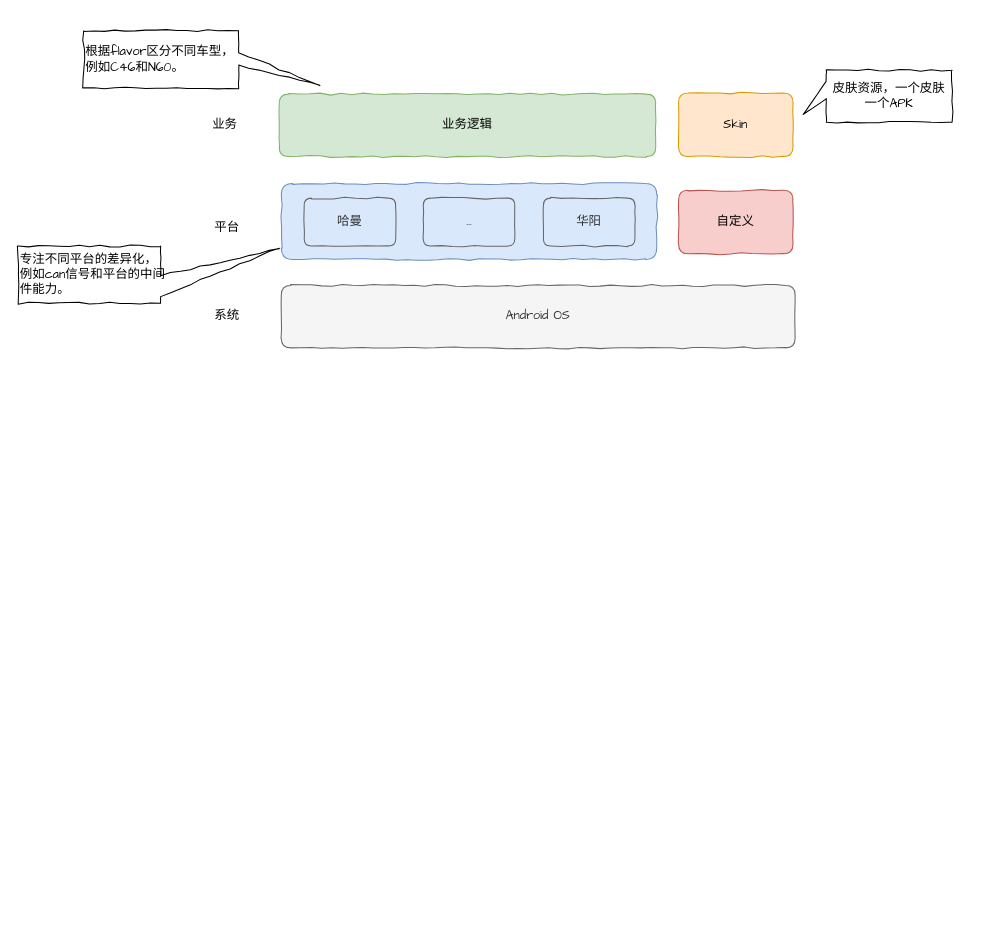
Earlier version of the draw.io diagram 车机架构基础.drawio (TryLoveCatch/charts). Source tidied: cells renumbered, new cells numbered last; positions are measured from the earlier drawing's top-left corner, leaving out a move shared by most shapes. Both pictures are drawn from the tidied source at 104%, with x=0, y=0 at pixel (18, 30).
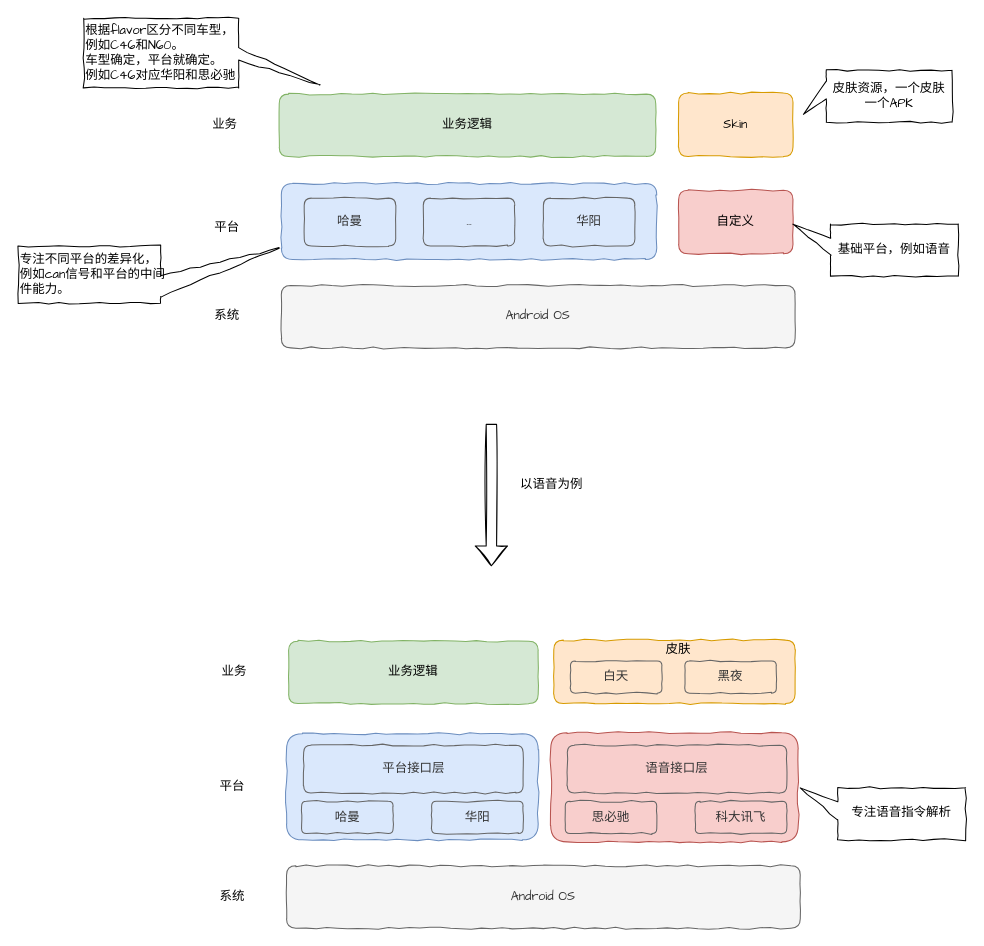
The same page after the edit.

Commit message (it also covers changes not shown here):
更新车机架构基础.drawio

What changed in the source:
```diff
@@
-    <mxCell id="15" value="根据flavor区分不同车型，&lt;br&gt;例如C46和N60。" style="shape=callout;whiteSpace=wrap;html=1;perimeter=calloutPerimeter;comic=1;sketch=0;fontFamily=Comic Sans MS;fillColor=none;flipV=0;flipH=0;direction=north;size=78;position=0.4;position2=0.04;align=left;base=12;" parent="1" vertex="1">
-      <mxGeometry x="63" width="227" height="55" as="geometry" />
+    <mxCell id="15" value="根据flavor区分不同车型，&lt;br&gt;例如C46和N60。&lt;br&gt;车型确定，平台就确定。&lt;br&gt;例如C46对应华阳和思必驰" style="shape=callout;whiteSpace=wrap;html=1;perimeter=calloutPerimeter;comic=1;sketch=0;fontFamily=Comic Sans MS;fillColor=none;flipV=0;flipH=0;direction=north;size=78;position=0.4;position2=0.04;align=left;base=12;" parent="1" vertex="1">
+      <mxGeometry x="63" y="-12" width="227" height="67" as="geometry" />
     </mxCell>
+    <mxCell id="16" value="基础平台，例如语音" style="shape=callout;whiteSpace=wrap;html=1;perimeter=calloutPerimeter;comic=1;sketch=0;fontFamily=Comic Sans MS;fillColor=none;flipH=0;flipV=0;direction=south;size=36;position=0.27;base=17;position2=0;" parent="1" vertex="1">
+      <mxGeometry x="745" y="186" width="159" height="50" as="geometry" />
+    </mxCell>
+    <mxCell id="17" value="Android OS" style="rounded=1;whiteSpace=wrap;html=1;sketch=0;comic=1;fillColor=#f5f5f5;fontColor=#333333;strokeColor=#666666;fontFamily=Comic Sans MS;" parent="1" vertex="1">
+      <mxGeometry x="258" y="803" width="494" height="60" as="geometry" />
+    </mxCell>
+    <mxCell id="18" value="系统" style="text;html=1;strokeColor=none;fillColor=none;align=center;verticalAlign=middle;whiteSpace=wrap;rounded=0;comic=1;sketch=0;fontFamily=Comic Sans MS;" parent="1" vertex="1">
+      <mxGeometry x="176" y="818" width="60" height="30" as="geometry" />
+    </mxCell>
+    <mxCell id="19" style="rounded=1;whiteSpace=wrap;html=1;sketch=0;comic=1;fillColor=#dae8fc;strokeColor=#6c8ebf;fontFamily=Comic Sans MS;" parent="1" vertex="1">
+      <mxGeometry x="258" y="676" width="242" height="102" as="geometry" />
+    </mxCell>
+    <mxCell id="20" value="平台" style="text;html=1;strokeColor=none;fillColor=none;align=center;verticalAlign=middle;whiteSpace=wrap;rounded=0;comic=1;sketch=0;fontFamily=Comic Sans MS;" parent="1" vertex="1">
+      <mxGeometry x="176" y="712.5" width="60" height="30" as="geometry" />
+    </mxCell>
+    <mxCell id="21" style="rounded=1;whiteSpace=wrap;html=1;comic=1;sketch=0;fontFamily=Comic Sans MS;fillColor=#f8cecc;strokeColor=#b85450;" parent="1" vertex="1">
+      <mxGeometry x="512" y="675" width="238" height="105" as="geometry" />
+    </mxCell>
+    <mxCell id="22" value="业务逻辑" style="rounded=1;whiteSpace=wrap;html=1;sketch=0;comic=1;fillColor=#d5e8d4;strokeColor=#82b366;fontFamily=Comic Sans MS;" parent="1" vertex="1">
+      <mxGeometry x="260" y="587" width="240" height="60" as="geometry" />
+    </mxCell>
+    <mxCell id="23" value="业务" style="text;html=1;strokeColor=none;fillColor=none;align=center;verticalAlign=middle;whiteSpace=wrap;rounded=0;comic=1;sketch=0;fontFamily=Comic Sans MS;" parent="1" vertex="1">
+      <mxGeometry x="178" y="602" width="60" height="30" as="geometry" />
+    </mxCell>
+    <mxCell id="24" style="rounded=1;whiteSpace=wrap;html=1;comic=1;sketch=0;fontFamily=Comic Sans MS;fillColor=#ffe6cc;strokeColor=#d79b00;" parent="1" vertex="1">
+      <mxGeometry x="515" y="586" width="232" height="61" as="geometry" />
+    </mxCell>
+    <mxCell id="25" value="语音接口层" style="rounded=1;whiteSpace=wrap;html=1;comic=1;sketch=0;fillColor=none;fontColor=#333333;strokeColor=#666666;fontFamily=Comic Sans MS;" parent="1" vertex="1">
+      <mxGeometry x="528" y="687" width="211" height="46" as="geometry" />
+    </mxCell>
+    <mxCell id="26" value="思必驰" style="rounded=1;whiteSpace=wrap;html=1;comic=1;sketch=0;fillColor=none;fontColor=#333333;strokeColor=#666666;fontFamily=Comic Sans MS;" parent="1" vertex="1">
+      <mxGeometry x="526" y="741" width="88" height="31" as="geometry" />
+    </mxCell>
+    <mxCell id="27" value="科大讯飞" style="rounded=1;whiteSpace=wrap;html=1;comic=1;sketch=0;fillColor=none;fontColor=#333333;strokeColor=#666666;fontFamily=Comic Sans MS;" parent="1" vertex="1">
+      <mxGeometry x="651" y="741" width="88" height="31" as="geometry" />
+    </mxCell>
+    <mxCell id="28" value="专注语音指令解析" style="shape=callout;whiteSpace=wrap;html=1;perimeter=calloutPerimeter;comic=1;sketch=0;fontFamily=Comic Sans MS;fillColor=none;flipH=0;flipV=0;direction=south;size=36;position=0.27;base=17;position2=0;" parent="1" vertex="1">
+      <mxGeometry x="752" y="728" width="159" height="50" as="geometry" />
+    </mxCell>
+    <mxCell id="29" value="平台接口层" style="rounded=1;whiteSpace=wrap;html=1;comic=1;sketch=0;fillColor=none;fontColor=#333333;strokeColor=#666666;fontFamily=Comic Sans MS;" parent="1" vertex="1">
+      <mxGeometry x="274.5" y="687" width="211" height="46" as="geometry" />
+    </mxCell>
+    <mxCell id="30" value="哈曼" style="rounded=1;whiteSpace=wrap;html=1;comic=1;sketch=0;fillColor=none;fontColor=#333333;strokeColor=#666666;fontFamily=Comic Sans MS;" parent="1" vertex="1">
+      <mxGeometry x="272.5" y="741" width="88" height="31" as="geometry" />
+    </mxCell>
+    <mxCell id="31" value="华阳" style="rounded=1;whiteSpace=wrap;html=1;comic=1;sketch=0;fillColor=none;fontColor=#333333;strokeColor=#666666;fontFamily=Comic Sans MS;" parent="1" vertex="1">
+      <mxGeometry x="397.5" y="741" width="88" height="31" as="geometry" />
+    </mxCell>
+    <mxCell id="32" style="shape=flexArrow;endArrow=classic;html=1;rounded=0;fontFamily=Comic Sans MS;sketch=1;" parent="1" edge="1">
+      <mxGeometry relative="1" as="geometry">
+        <mxPoint x="455" y="378" as="sourcePoint" />
+        <mxPoint x="455" y="515" as="targetPoint" />
+      </mxGeometry>
+    </mxCell>
+    <mxCell id="33" value="以语音为例" style="text;html=1;strokeColor=none;fillColor=none;align=center;verticalAlign=middle;whiteSpace=wrap;rounded=0;comic=1;sketch=0;fontFamily=Comic Sans MS;" parent="1" vertex="1">
+      <mxGeometry x="480" y="422" width="66" height="30" as="geometry" />
+    </mxCell>
+    <mxCell id="34" value="皮肤" style="text;html=1;strokeColor=none;fillColor=none;align=center;verticalAlign=middle;whiteSpace=wrap;rounded=0;comic=1;sketch=0;fontFamily=Comic Sans MS;" parent="1" vertex="1">
+      <mxGeometry x="605" y="581" width="60" height="30" as="geometry" />
+    </mxCell>
+    <mxCell id="35" value="白天" style="rounded=1;whiteSpace=wrap;html=1;comic=1;sketch=0;fillColor=none;fontColor=#333333;strokeColor=#666666;fontFamily=Comic Sans MS;" parent="1" vertex="1">
+      <mxGeometry x="531" y="606" width="88" height="31" as="geometry" />
+    </mxCell>
+    <mxCell id="36" value="黑夜" style="rounded=1;whiteSpace=wrap;html=1;comic=1;sketch=0;fillColor=none;fontColor=#333333;strokeColor=#666666;fontFamily=Comic Sans MS;" parent="1" vertex="1">
+      <mxGeometry x="641" y="606" width="88" height="31" as="geometry" />
+    </mxCell>
```
